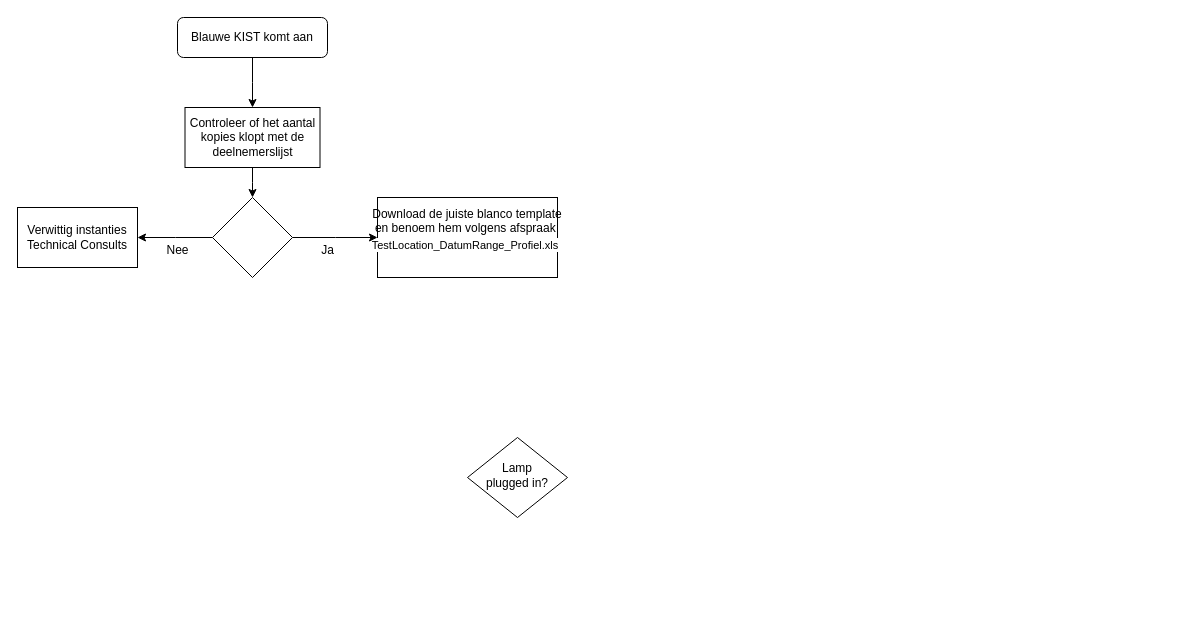
This is Untitled Diagram.drawio from LaRizzaFelice/my-own-app, a draw.io file, before an edit. Source tidied: cells renumbered, new cells numbered last; positions are measured from the earlier drawing's top-left corner, leaving out a move shared by most shapes. Both pictures are drawn from the tidied source at 100%, with x=0, y=0 at pixel (17, 17).
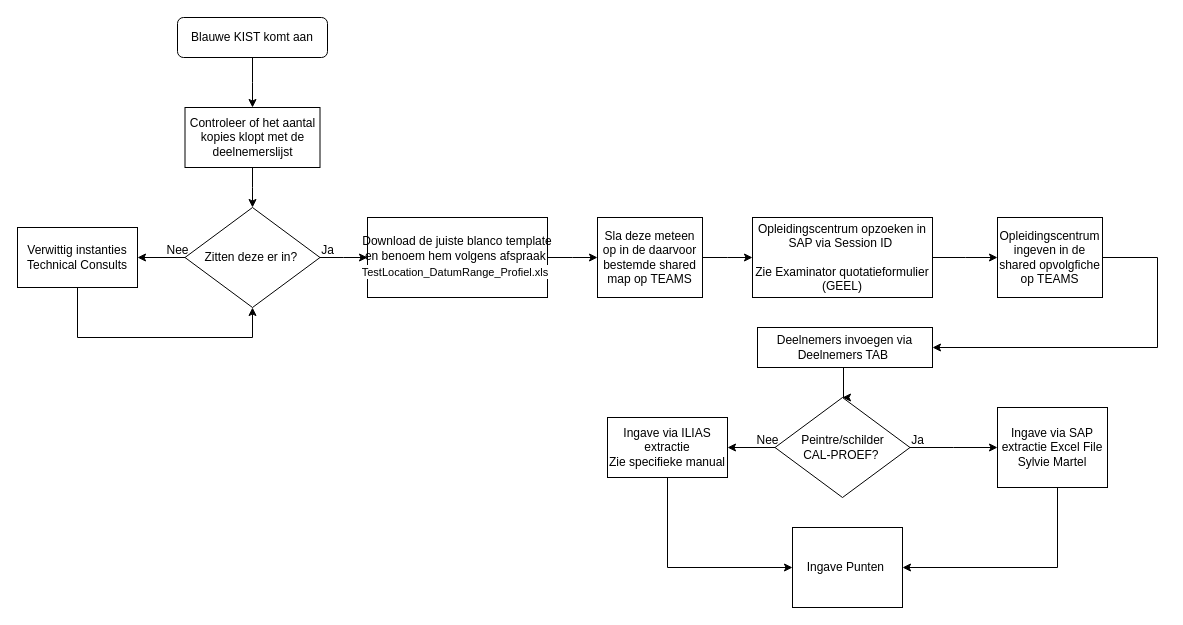
Above is the later version.

Commit message:
Opvolgings flowchart admin.drawio

Change to the diagram source:
```diff
@@
-    <mxCell id="4" value="Lamp&lt;br&gt;plugged in?" style="rhombus;whiteSpace=wrap;html=1;shadow=0;fontFamily=Helvetica;fontSize=12;align=center;strokeWidth=1;spacing=6;spacingTop=-4;" parent="1" vertex="1">
-      <mxGeometry x="450" y="420" width="100" height="80" as="geometry" />
-    </mxCell>
@@
-    <mxCell id="7" value="Download de juiste blanco template en benoem hem volgens afspraak&amp;nbsp;&lt;div&gt;&lt;span style=&quot;margin: 0px; padding: 0px; user-select: text; -webkit-user-drag: none; -webkit-tap-highlight-color: transparent; color: windowtext; text-align: left; background-color: rgb(255, 255, 255); font-family: Calibri, sans-serif; line-height: 17px; font-variant-ligatures: none !important;&quot; lang=&quot;EN-US&quot; class=&quot;TextRun SCXO190687860 BCX8&quot;&gt;&lt;font style=&quot;font-size: 11px;&quot;&gt;TestLocation_DatumRange_Profiel.xls&lt;/font&gt;&lt;/span&gt;&lt;span style=&quot;margin: 0px; padding: 0px; user-select: text; -webkit-user-drag: none; -webkit-tap-highlight-color: transparent; color: windowtext; text-align: left; background-color: rgb(255, 255, 255); font-size: 11pt; line-height: 17px; font-family: Calibri, sans-serif;&quot; class=&quot;EOP SCXO190687860 BCX8&quot;&gt;&amp;nbsp;&lt;/span&gt;&lt;br&gt;&lt;/div&gt;&lt;div&gt;&lt;br&gt;&lt;/div&gt;" style="rounded=0;whiteSpace=wrap;html=1;" parent="1" vertex="1">
-      <mxGeometry x="360" y="180" width="180" height="80" as="geometry" />
+    <mxCell id="7" value="Download de juiste blanco template en benoem hem volgens afspraak&amp;nbsp;&lt;div&gt;&lt;div&gt;&lt;span style=&quot;margin: 0px; padding: 0px; user-select: text; -webkit-user-drag: none; -webkit-tap-highlight-color: transparent; color: windowtext; text-align: left; background-color: rgb(255, 255, 255); font-family: Calibri, sans-serif; line-height: 17px; font-variant-ligatures: none !important;&quot; lang=&quot;EN-US&quot; class=&quot;TextRun SCXO190687860 BCX8&quot;&gt;&lt;font style=&quot;font-size: 11px;&quot;&gt;TestLocation_DatumRange_Profiel.xls&lt;/font&gt;&lt;/span&gt;&lt;span style=&quot;margin: 0px; padding: 0px; user-select: text; -webkit-user-drag: none; -webkit-tap-highlight-color: transparent; color: windowtext; text-align: left; background-color: rgb(255, 255, 255); font-size: 11pt; line-height: 17px; font-family: Calibri, sans-serif;&quot; class=&quot;EOP SCXO190687860 BCX8&quot;&gt;&amp;nbsp;&lt;/span&gt;&lt;/div&gt;&lt;/div&gt;" style="rounded=0;whiteSpace=wrap;html=1;" parent="1" vertex="1">
+      <mxGeometry x="350" y="200" width="180" height="80" as="geometry" />
     </mxCell>
     <mxCell id="8" value="Verwittig instanties&lt;div&gt;Technical Consults&lt;/div&gt;" style="rounded=0;whiteSpace=wrap;html=1;" parent="1" vertex="1">
-      <mxGeometry y="190" width="120" height="60" as="geometry" />
+      <mxGeometry y="210" width="120" height="60" as="geometry" />
     </mxCell>
-    <mxCell id="9" style="edgeStyle=elbowEdgeStyle;rounded=0;jettySize=auto;html=1;exitX=1;exitY=0.5;exitDx=0;exitDy=0;" parent="1" edge="1" source="11">
-      <mxGeometry relative="1" as="geometry">
-        <mxPoint x="360" y="220" as="targetPoint" />
-      </mxGeometry>
+    <mxCell id="9" style="edgeStyle=elbowEdgeStyle;rounded=0;jettySize=auto;html=1;exitX=1;exitY=0.5;exitDx=0;exitDy=0;entryX=0;entryY=0.5;entryDx=0;entryDy=0;" parent="1" edge="1" source="11" target="7">
+      <mxGeometry relative="1" as="geometry" />
     </mxCell>
-    <mxCell id="10" style="edgeStyle=elbowEdgeStyle;rounded=0;jettySize=auto;html=1;exitX=0;exitY=0.5;exitDx=0;exitDy=0;" parent="1" edge="1" source="11">
+    <mxCell id="10" style="edgeStyle=elbowEdgeStyle;rounded=0;jettySize=auto;html=1;exitX=0;exitY=0.5;exitDx=0;exitDy=0;entryX=1;entryY=0.5;entryDx=0;entryDy=0;elbow=vertical;" parent="1" edge="1" source="11" target="8">
       <mxGeometry relative="1" as="geometry">
-        <mxPoint x="120" y="220" as="targetPoint" />
+        <Array as="points">
+          <mxPoint x="120" y="240" />
+        </Array>
       </mxGeometry>
     </mxCell>
-    <mxCell id="11" style="rhombus;whiteSpace=wrap;html=1;" parent="1" vertex="1">
-      <mxGeometry x="195" y="180" width="80" height="80" as="geometry" />
+    <mxCell id="11" value="Zitten deze er in?&amp;nbsp;" style="rhombus;whiteSpace=wrap;html=1;" parent="1" vertex="1">
+      <mxGeometry x="167.5" y="190" width="135" height="100" as="geometry" />
     </mxCell>
@@
+    <mxCell id="14" style="edgeStyle=elbowEdgeStyle;rounded=0;jettySize=auto;html=1;exitX=0.5;exitY=1;exitDx=0;exitDy=0;entryX=0.5;entryY=1;entryDx=0;entryDy=0;" parent="1" edge="1" source="8" target="11">
+      <mxGeometry relative="1" as="geometry">
+        <Array as="points">
+          <mxPoint x="130" y="320" />
+        </Array>
+      </mxGeometry>
+    </mxCell>
+    <mxCell id="15" style="edgeStyle=elbowEdgeStyle;rounded=0;jettySize=auto;html=1;exitX=1;exitY=0.5;exitDx=0;exitDy=0;" parent="1" edge="1" source="7">
+      <mxGeometry relative="1" as="geometry">
+        <mxPoint x="580" y="240" as="targetPoint" />
+      </mxGeometry>
+    </mxCell>
+    <mxCell id="16" value="Opleidingscentrum opzoeken in SAP via Session ID&amp;nbsp;&lt;div&gt;&lt;br&gt;&lt;/div&gt;&lt;div&gt;Zie Examinator quotatieformulier&lt;/div&gt;&lt;div&gt;(GEEL)&lt;/div&gt;" style="rounded=0;whiteSpace=wrap;html=1;" parent="1" vertex="1">
+      <mxGeometry x="735" y="200" width="180" height="80" as="geometry" />
+    </mxCell>
+    <mxCell id="17" style="edgeStyle=elbowEdgeStyle;rounded=0;jettySize=auto;html=1;exitX=1;exitY=0.5;exitDx=0;exitDy=0;entryX=0;entryY=0.5;entryDx=0;entryDy=0;" parent="1" edge="1" source="16" target="18">
+      <mxGeometry relative="1" as="geometry" />
+    </mxCell>
+    <mxCell id="18" value="Opleidingscentrum ingeven in de shared opvolgfiche op TEAMS" style="rounded=0;whiteSpace=wrap;html=1;" parent="1" vertex="1">
+      <mxGeometry x="980" y="200" width="105" height="80" as="geometry" />
+    </mxCell>
+    <mxCell id="19" value="Deelnemers invoegen via Deelnemers TAB&amp;nbsp;" style="rounded=0;whiteSpace=wrap;html=1;" parent="1" vertex="1">
+      <mxGeometry x="740" y="310" width="175" height="40" as="geometry" />
+    </mxCell>
+    <mxCell id="20" style="edgeStyle=none;curved=1;rounded=0;orthogonalLoop=1;jettySize=auto;html=1;entryX=1;entryY=0.5;entryDx=0;entryDy=0;fontSize=12;startSize=8;endSize=8;" parent="1" edge="1" source="18" target="18">
+      <mxGeometry relative="1" as="geometry" />
+    </mxCell>
+    <mxCell id="21" style="edgeStyle=elbowEdgeStyle;rounded=0;jettySize=auto;html=1;entryX=1;entryY=0.5;entryDx=0;entryDy=0;exitX=1;exitY=0.5;exitDx=0;exitDy=0;" parent="1" edge="1" source="18" target="19">
+      <mxGeometry relative="1" as="geometry">
+        <Array as="points">
+          <mxPoint x="1140" y="310" />
+        </Array>
+      </mxGeometry>
+    </mxCell>
+    <mxCell id="22" style="edgeStyle=elbowEdgeStyle;rounded=0;jettySize=auto;html=1;exitX=0.5;exitY=1;exitDx=0;exitDy=0;entryX=0.5;entryY=0;entryDx=0;entryDy=0;" parent="1" edge="1" source="19" target="27">
+      <mxGeometry relative="1" as="geometry" />
+    </mxCell>
+    <mxCell id="23" value="Ingave via SAP extractie Excel File Sylvie Martel" style="rounded=0;whiteSpace=wrap;html=1;" parent="1" vertex="1">
+      <mxGeometry x="980" y="390" width="110" height="80" as="geometry" />
+    </mxCell>
+    <mxCell id="24" value="Ingave via ILIAS extractie&lt;div&gt;Zie specifieke manual&lt;/div&gt;" style="rounded=0;whiteSpace=wrap;html=1;" parent="1" vertex="1">
+      <mxGeometry x="590" y="400" width="120" height="60" as="geometry" />
+    </mxCell>
+    <mxCell id="25" style="edgeStyle=elbowEdgeStyle;rounded=0;jettySize=auto;html=1;exitX=1;exitY=0.5;exitDx=0;exitDy=0;entryX=0;entryY=0.5;entryDx=0;entryDy=0;" parent="1" edge="1" source="27" target="23">
+      <mxGeometry relative="1" as="geometry" />
+    </mxCell>
+    <mxCell id="26" style="edgeStyle=elbowEdgeStyle;rounded=0;jettySize=auto;html=1;exitX=0;exitY=0.5;exitDx=0;exitDy=0;entryX=1;entryY=0.5;entryDx=0;entryDy=0;elbow=vertical;" parent="1" edge="1" source="27" target="24">
+      <mxGeometry relative="1" as="geometry">
+        <Array as="points">
+          <mxPoint x="710" y="430" />
+        </Array>
+      </mxGeometry>
+    </mxCell>
+    <mxCell id="27" value="Peintre/schilder&lt;div&gt;CAL-PROEF?&amp;nbsp;&lt;/div&gt;" style="rhombus;whiteSpace=wrap;html=1;" parent="1" vertex="1">
+      <mxGeometry x="757.5" y="380" width="135" height="100" as="geometry" />
+    </mxCell>
+    <mxCell id="28" value="Nee" style="text;html=1;align=center;verticalAlign=middle;strokeColor=none;fillColor=none;" parent="1" vertex="1">
+      <mxGeometry x="725" y="408" width="50" height="30" as="geometry" />
+    </mxCell>
+    <mxCell id="29" value="Ja" style="text;html=1;align=center;verticalAlign=middle;strokeColor=none;fillColor=none;" parent="1" vertex="1">
+      <mxGeometry x="880" y="408" width="40" height="30" as="geometry" />
+    </mxCell>
+    <mxCell id="30" value="Sla deze meteen op in de daarvoor bestemde shared map op TEAMS" style="rounded=0;whiteSpace=wrap;html=1;" parent="1" vertex="1">
+      <mxGeometry x="580" y="200" width="105" height="80" as="geometry" />
+    </mxCell>
+    <mxCell id="31" style="edgeStyle=elbowEdgeStyle;rounded=0;jettySize=auto;html=1;exitX=1;exitY=0.5;exitDx=0;exitDy=0;entryX=0;entryY=0.5;entryDx=0;entryDy=0;" parent="1" edge="1" source="30" target="16">
+      <mxGeometry relative="1" as="geometry" />
+    </mxCell>
+    <mxCell id="32" value="Ingave Punten&amp;nbsp;" style="rounded=0;whiteSpace=wrap;html=1;" parent="1" vertex="1">
+      <mxGeometry x="775" y="510" width="110" height="80" as="geometry" />
+    </mxCell>
+    <mxCell id="33" style="edgeStyle=elbowEdgeStyle;rounded=0;jettySize=auto;html=1;exitX=0.5;exitY=1;exitDx=0;exitDy=0;entryX=0;entryY=0.5;entryDx=0;entryDy=0;" parent="1" edge="1" source="24" target="32">
+      <mxGeometry relative="1" as="geometry">
+        <Array as="points">
+          <mxPoint x="650" y="580" />
+        </Array>
+      </mxGeometry>
+    </mxCell>
+    <mxCell id="34" style="edgeStyle=elbowEdgeStyle;rounded=0;jettySize=auto;html=1;entryX=1;entryY=0.5;entryDx=0;entryDy=0;exitX=0.5;exitY=1;exitDx=0;exitDy=0;" parent="1" edge="1" source="23" target="32">
+      <mxGeometry relative="1" as="geometry">
+        <Array as="points">
+          <mxPoint x="1040" y="565" />
+        </Array>
+      </mxGeometry>
+    </mxCell>
```
